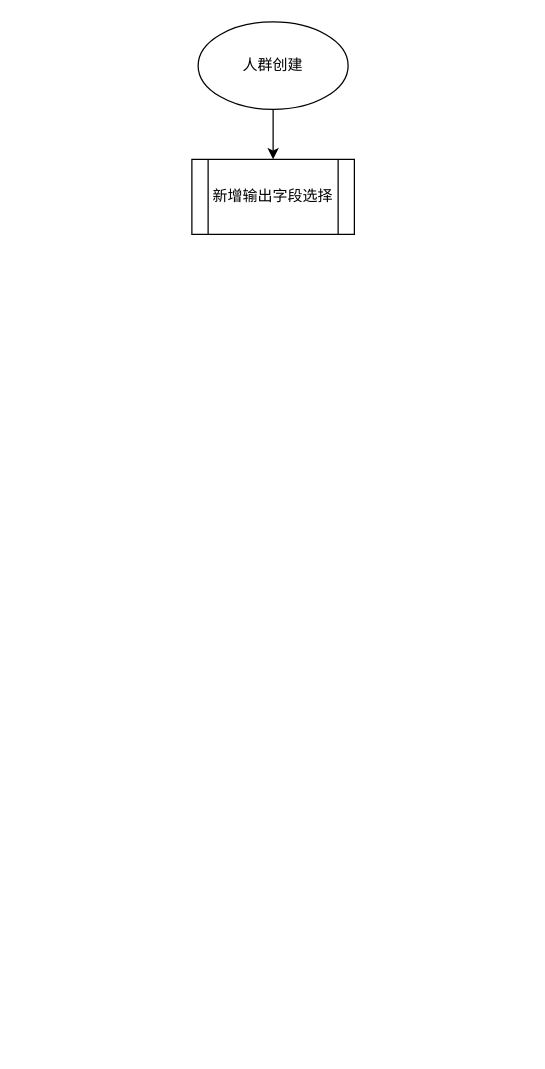
Above: 人群附带字段.drawio in 1418956397/JavaWeb-Project-Source-Share (draw.io), before the change. Source tidied: cells renumbered, new cells numbered last; positions are measured from the earlier drawing's top-left corner, leaving out a move shared by most shapes. Both pictures are drawn from the tidied source at 125%, with x=0, y=0 at pixel (191, 21).
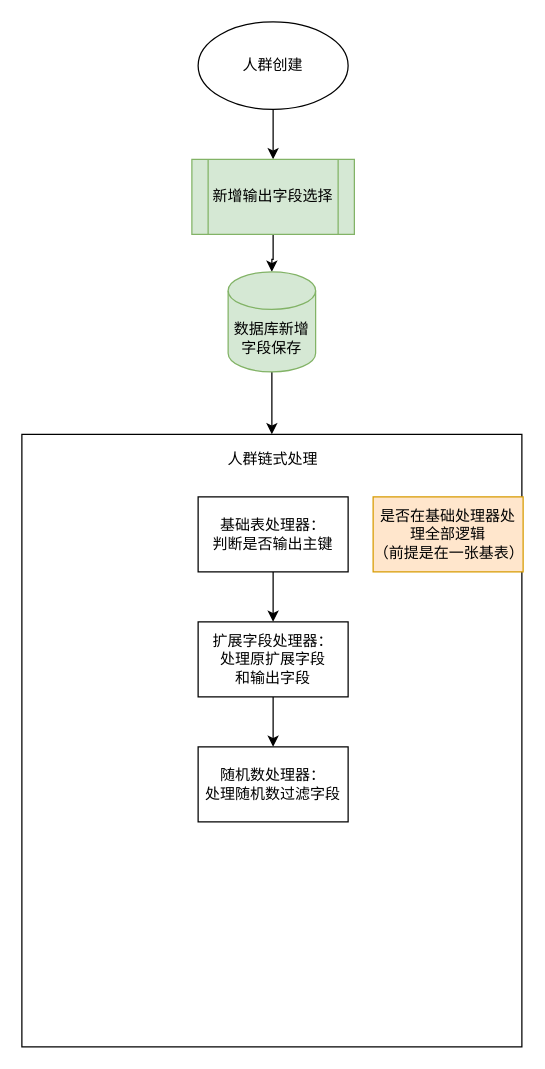
The same page after the edit.

Commit message (it also covers changes not shown here):
更新人群附带字段.drawio

Change to the diagram source:
```diff
@@
 <mxGraphModel>
   <root>
     <mxCell id="0" />
     <mxCell id="1" parent="0" />
     <mxCell id="2" style="edgeStyle=orthogonalEdgeStyle;rounded=0;jettySize=auto;html=1;" parent="1" edge="1" source="3" target="4">
       <mxGeometry relative="1" as="geometry" />
     </mxCell>
     <mxCell id="3" value="人群创建" style="ellipse;whiteSpace=wrap;html=1;" parent="1" vertex="1">
       <mxGeometry x="5" width="120" height="70" as="geometry" />
     </mxCell>
+    <mxCell id="5" style="edgeStyle=orthogonalEdgeStyle;rounded=0;jettySize=auto;html=1;fontFamily=Helvetica;fontSize=12;fontColor=default;" parent="1" edge="1" source="4" target="11">
+      <mxGeometry relative="1" as="geometry" />
+    </mxCell>
-    <mxCell id="4" value="新增输出字段选择" style="shape=process;whiteSpace=wrap;html=1;backgroundOutline=1;" parent="1" vertex="1">
+    <mxCell id="4" value="新增输出字段选择" style="shape=process;whiteSpace=wrap;html=1;backgroundOutline=1;fillColor=#d5e8d4;strokeColor=#82b366;" parent="1" vertex="1">
       <mxGeometry y="110" width="130" height="60" as="geometry" />
     </mxCell>
+    <mxCell id="6" style="edgeStyle=orthogonalEdgeStyle;rounded=0;jettySize=auto;html=1;fontFamily=Helvetica;fontSize=12;fontColor=default;" parent="1" edge="1" source="11" target="7">
+      <mxGeometry relative="1" as="geometry" />
+    </mxCell>
+    <mxCell id="7" style="whiteSpace=wrap;html=1;" parent="1" vertex="1">
+      <mxGeometry x="-136" y="330" width="400" height="490" as="geometry" />
+    </mxCell>
+    <mxCell id="8" value="人群链式处理" style="text;html=1;align=center;verticalAlign=middle;whiteSpace=wrap;rounded=0;fontFamily=Helvetica;fontSize=12;fontColor=default;" parent="1" vertex="1">
+      <mxGeometry x="20" y="340" width="90" height="20" as="geometry" />
+    </mxCell>
+    <mxCell id="9" style="edgeStyle=orthogonalEdgeStyle;rounded=0;jettySize=auto;html=1;fontFamily=Helvetica;fontSize=12;fontColor=default;" parent="1" edge="1" source="10" target="13">
+      <mxGeometry relative="1" as="geometry" />
+    </mxCell>
+    <mxCell id="10" value="基础表处理器：&lt;div&gt;判断是否输出主键&lt;/div&gt;" style="rounded=0;whiteSpace=wrap;html=1;strokeColor=default;align=center;verticalAlign=middle;fontFamily=Helvetica;fontSize=12;fontColor=default;fillColor=default;" parent="1" vertex="1">
+      <mxGeometry x="5" y="380" width="120" height="60" as="geometry" />
+    </mxCell>
+    <mxCell id="11" value="数据库新增字段保存" style="shape=cylinder3;whiteSpace=wrap;html=1;boundedLbl=1;backgroundOutline=1;size=15;strokeColor=#82b366;align=center;verticalAlign=middle;fontFamily=Helvetica;fontSize=12;fillColor=#d5e8d4;" parent="1" vertex="1">
+      <mxGeometry x="29" y="200" width="70" height="80" as="geometry" />
+    </mxCell>
+    <mxCell id="12" style="edgeStyle=orthogonalEdgeStyle;rounded=0;jettySize=auto;html=1;fontFamily=Helvetica;fontSize=12;fontColor=default;" parent="1" edge="1" source="13" target="15">
+      <mxGeometry relative="1" as="geometry" />
+    </mxCell>
+    <mxCell id="13" value="扩展字段处理器：&lt;div&gt;处理原扩展字段&lt;/div&gt;&lt;div&gt;和输出字段&lt;/div&gt;" style="whiteSpace=wrap;html=1;rounded=0;" parent="1" vertex="1">
+      <mxGeometry x="5" y="480" width="120" height="60" as="geometry" />
+    </mxCell>
+    <mxCell id="14" value="是否在基础处理器处理全部逻辑&lt;div&gt;（前提是在一张基表）&lt;/div&gt;" style="rounded=0;whiteSpace=wrap;html=1;strokeColor=#d79b00;align=center;verticalAlign=middle;fontFamily=Helvetica;fontSize=12;fillColor=#ffe6cc;" parent="1" vertex="1">
+      <mxGeometry x="145" y="380" width="120" height="60" as="geometry" />
+    </mxCell>
+    <mxCell id="15" value="随机数处理器：&lt;div&gt;处理随机数过滤字段&lt;/div&gt;" style="whiteSpace=wrap;html=1;rounded=0;" parent="1" vertex="1">
+      <mxGeometry x="5" y="580" width="120" height="60" as="geometry" />
+    </mxCell>
   </root>
 </mxGraphModel>
```
